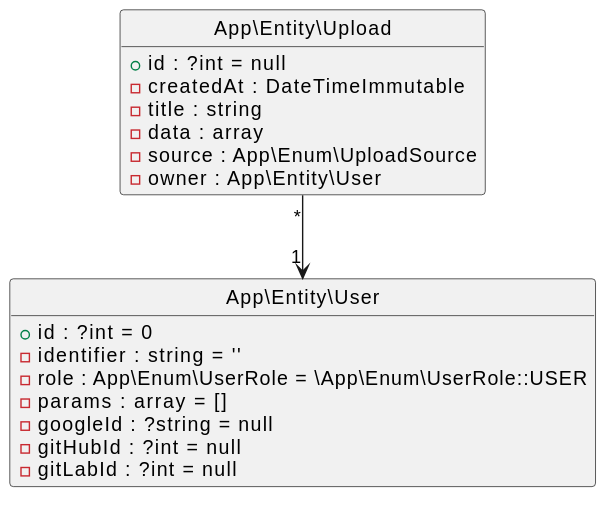
This is upload-page/assets/docs/database.svg from elkuku/AgentTools, a PlantUML export, as it was before one commit.
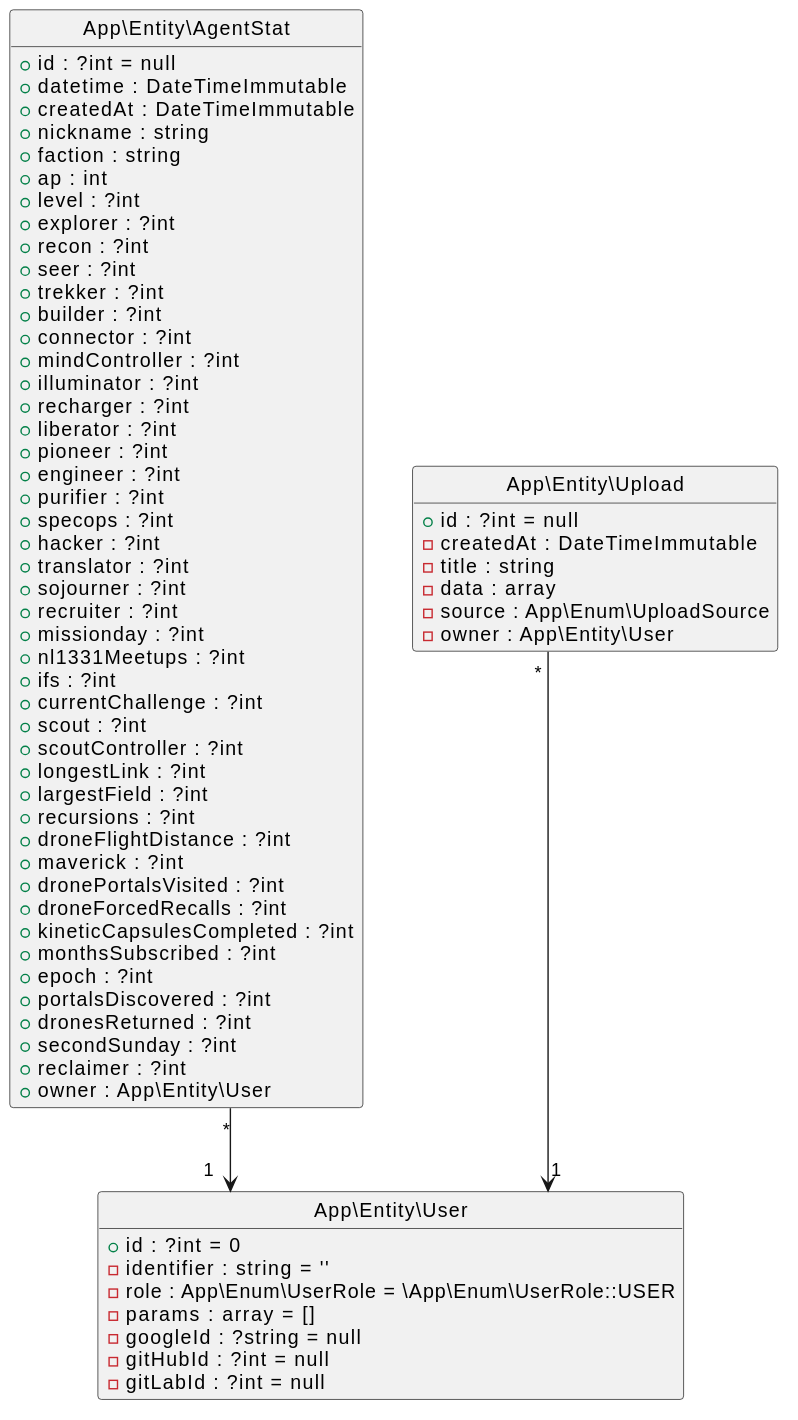
Above is the later version.

Commit message:
Add AgentStat to the database diagram

Generated as before: puml from doctrine:diagram:class with
'set separator \' replaced by 'set separator none'.

Diff of the diagram source:
```diff
@@ -6,6 +6,54 @@
 hide circle
 hide empty members
 !theme _none_
+class App\Entity\AgentStat {
++ id : ?int = null
++ datetime : DateTimeImmutable
++ createdAt : DateTimeImmutable
++ nickname : string
++ faction : string
++ ap : int
++ level : ?int
++ explorer : ?int
++ recon : ?int
++ seer : ?int
++ trekker : ?int
++ builder : ?int
++ connector : ?int
++ mindController : ?int
++ illuminator : ?int
++ recharger : ?int
++ liberator : ?int
++ pioneer : ?int
++ engineer : ?int
++ purifier : ?int
++ specops : ?int
++ hacker : ?int
++ translator : ?int
++ sojourner : ?int
++ recruiter : ?int
++ missionday : ?int
++ nl1331Meetups : ?int
++ ifs : ?int
++ currentChallenge : ?int
++ scout : ?int
++ scoutController : ?int
++ longestLink : ?int
++ largestField : ?int
++ recursions : ?int
++ droneFlightDistance : ?int
++ maverick : ?int
++ dronePortalsVisited : ?int
++ droneForcedRecalls : ?int
++ kineticCapsulesCompleted : ?int
++ monthsSubscribed : ?int
++ epoch : ?int
++ portalsDiscovered : ?int
++ dronesReturned : ?int
++ secondSunday : ?int
++ reclaimer : ?int
++ owner : App\Entity\User
+}
 class App\Entity\User {
 + id : ?int = 0
 - identifier : string = ''
@@ -23,5 +71,6 @@
 - source : App\Enum\UploadSource
 - owner : App\Entity\User
 }
+App\Entity\AgentStat "*" --> "1" App\Entity\User
 App\Entity\Upload "*" --> "1" App\Entity\User
 @enduml
```
